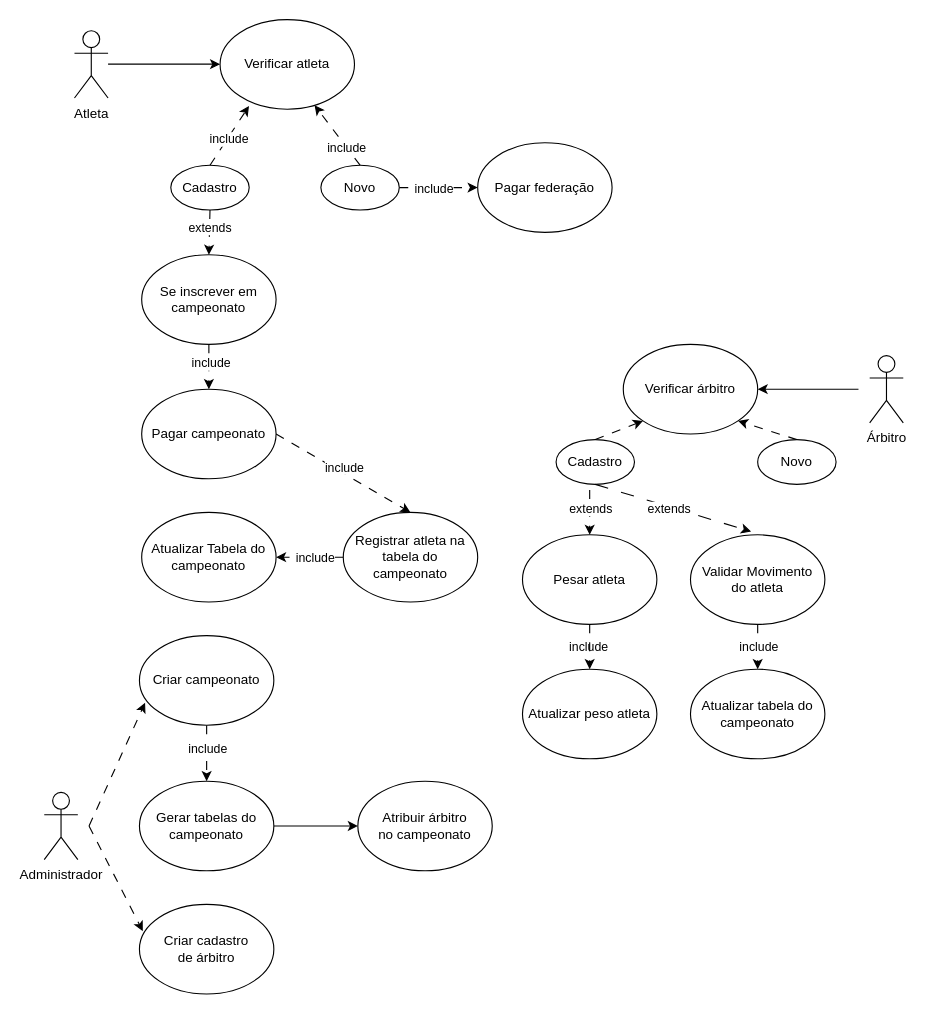
Earlier version of the draw.io diagram Diagrama sem nome.drawio (pedro11065/PMS). Source tidied: cells renumbered, new cells numbered last; positions are measured from the earlier drawing's top-left corner, leaving out a move shared by most shapes. Both pictures are drawn from the tidied source at 112%, with x=0, y=0 at pixel (44, 19).
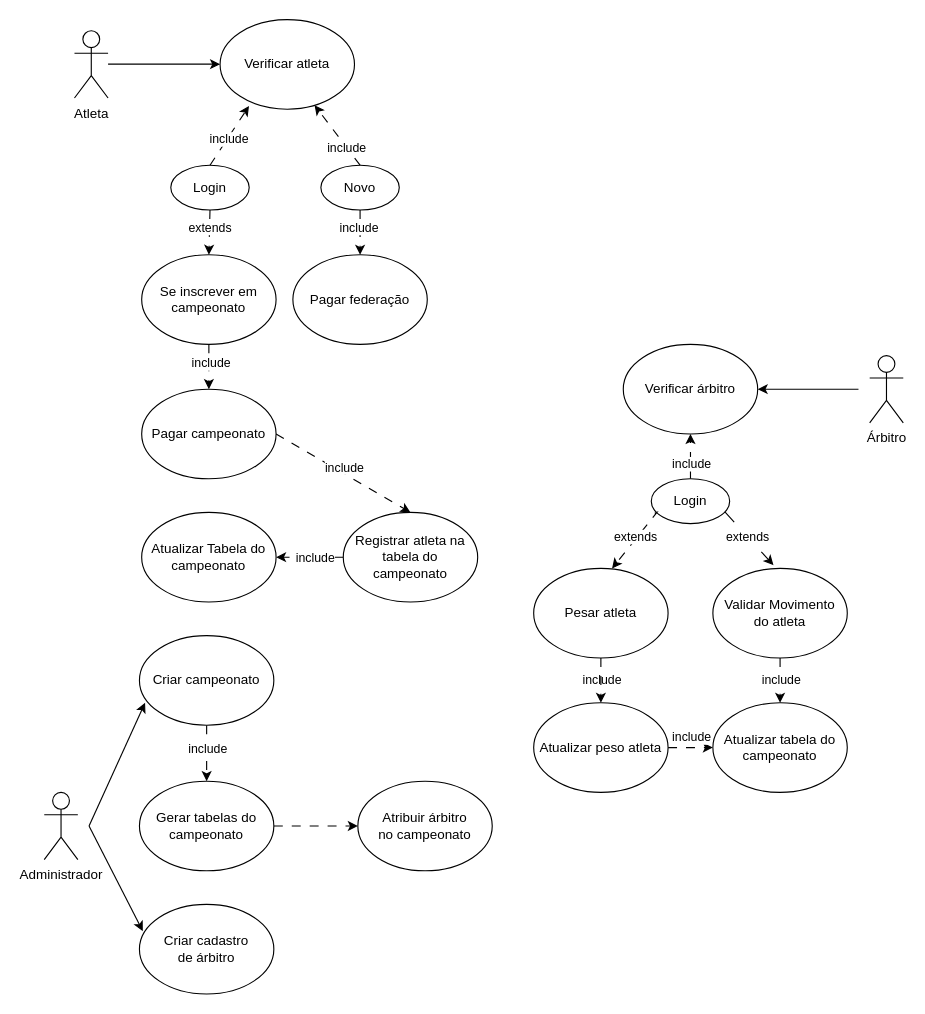
After the change.

Unchanged cells that the change refers to:
```xml
<mxCell id="8" value="Novo" style="ellipse;whiteSpace=wrap;html=1;" parent="1" vertex="1">
  <mxGeometry x="247" y="130" width="70" height="40" as="geometry" />
</mxCell>
<mxCell id="16" value="Criar campeonato" style="ellipse;whiteSpace=wrap;html=1;" parent="1" vertex="1">
  <mxGeometry x="85" y="550" width="120" height="80" as="geometry" />
</mxCell>
<mxCell id="18" value="Gerar tabelas do campeonato" style="ellipse;whiteSpace=wrap;html=1;" parent="1" vertex="1">
  <mxGeometry x="85" y="680" width="120" height="80" as="geometry" />
</mxCell>
<mxCell id="20" value="Verificar árbitro" style="ellipse;whiteSpace=wrap;html=1;" parent="1" vertex="1">
  <mxGeometry x="517" y="290" width="120" height="80" as="geometry" />
</mxCell>
<mxCell id="31" value="Atribuir árbitro&lt;br&gt;no campeonato" style="ellipse;whiteSpace=wrap;html=1;" parent="1" vertex="1">
  <mxGeometry x="280" y="680" width="120" height="80" as="geometry" />
</mxCell>
<mxCell id="32" value="Criar cadastro&lt;div&gt;de árbitro&lt;/div&gt;" style="ellipse;whiteSpace=wrap;html=1;" parent="1" vertex="1">
  <mxGeometry x="85" y="790" width="120" height="80" as="geometry" />
</mxCell>
```

Diff of the diagram source:
```diff
@@
-    <mxCell id="6" value="Cadastro" style="ellipse;whiteSpace=wrap;html=1;" parent="1" vertex="1">
+    <mxCell id="6" value="Login" style="ellipse;whiteSpace=wrap;html=1;" parent="1" vertex="1">
       <mxGeometry x="113" y="130" width="70" height="40" as="geometry" />
     </mxCell>
-    <mxCell id="7" style="rounded=0;jettySize=auto;html=1;entryX=0;entryY=0.5;entryDx=0;entryDy=0;dashed=1;dashPattern=8 8;" parent="1" edge="1" source="8" target="19">
+    <mxCell id="7" style="rounded=0;jettySize=auto;html=1;entryX=0.5;entryY=0;entryDx=0;entryDy=0;dashed=1;dashPattern=8 8;" parent="1" edge="1" source="8" target="19">
       <mxGeometry relative="1" as="geometry" />
     </mxCell>
@@
-    <mxCell id="17" style="edgeStyle=orthogonalEdgeStyle;rounded=0;jettySize=auto;html=1;" parent="1" edge="1" source="18" target="31">
+    <mxCell id="17" style="edgeStyle=orthogonalEdgeStyle;rounded=0;jettySize=auto;html=1;dashed=1;dashPattern=8 8;" parent="1" edge="1" source="18" target="31">
       <mxGeometry relative="1" as="geometry" />
     </mxCell>
@@
     <mxCell id="19" value="Pagar federação" style="ellipse;whiteSpace=wrap;html=1;" parent="1" vertex="1">
-      <mxGeometry x="387" y="110" width="120" height="80" as="geometry" />
+      <mxGeometry x="222" y="210" width="120" height="80" as="geometry" />
     </mxCell>
@@
-    <mxCell id="23" style="rounded=0;jettySize=auto;html=1;exitX=0.5;exitY=0;exitDx=0;exitDy=0;entryX=0;entryY=1;entryDx=0;entryDy=0;dashed=1;dashPattern=8 8;" parent="1" edge="1" source="24" target="20">
+    <mxCell id="23" style="rounded=0;jettySize=auto;html=1;exitX=0.5;exitY=0;exitDx=0;exitDy=0;entryX=0.5;entryY=1;entryDx=0;entryDy=0;dashed=1;dashPattern=8 8;" parent="1" edge="1" source="24" target="20">
       <mxGeometry relative="1" as="geometry" />
     </mxCell>
-    <mxCell id="24" value="Cadastro" style="ellipse;whiteSpace=wrap;html=1;" parent="1" vertex="1">
-      <mxGeometry x="457" y="375" width="70" height="40" as="geometry" />
+    <mxCell id="24" value="Login" style="ellipse;whiteSpace=wrap;html=1;" parent="1" vertex="1">
+      <mxGeometry x="542" y="410" width="70" height="40" as="geometry" />
     </mxCell>
-    <mxCell id="25" style="rounded=0;jettySize=auto;html=1;exitX=0.5;exitY=0;exitDx=0;exitDy=0;entryX=1;entryY=1;entryDx=0;entryDy=0;dashed=1;dashPattern=8 8;" parent="1" edge="1" source="26" target="20">
-      <mxGeometry relative="1" as="geometry" />
-    </mxCell>
-    <mxCell id="26" value="Novo" style="ellipse;whiteSpace=wrap;html=1;" parent="1" vertex="1">
-      <mxGeometry x="637" y="375" width="70" height="40" as="geometry" />
-    </mxCell>
@@
-    <mxCell id="33" style="endArrow=classic;html=1;rounded=0;entryX=0.025;entryY=0.299;entryDx=0;entryDy=0;entryPerimeter=0;dashed=1;dashPattern=8 8;" parent="1" edge="1" target="32">
+    <mxCell id="33" style="endArrow=classic;html=1;rounded=0;entryX=0.025;entryY=0.299;entryDx=0;entryDy=0;entryPerimeter=0;" parent="1" edge="1" target="32">
       <mxGeometry relative="1" as="geometry">
         <mxPoint x="40" y="720" as="sourcePoint" />
       </mxGeometry>
     </mxCell>
     <mxCell id="34" value="include" style="edgeLabel;html=1;align=center;verticalAlign=middle;" parent="1" vertex="1">
-      <mxGeometry x="485" y="559" as="geometry" />
+      <mxGeometry x="497" y="589" as="geometry" />
     </mxCell>
@@
     <mxCell id="37" value="include" style="edgeLabel;html=1;align=center;verticalAlign=middle;" parent="1" vertex="1">
-      <mxGeometry x="347" y="150" as="geometry" />
+      <mxGeometry x="280" y="185" as="geometry" />
     </mxCell>
@@
     <mxCell id="39" value="Pesar atleta" style="ellipse;whiteSpace=wrap;html=1;" parent="1" vertex="1">
-      <mxGeometry x="427" y="460" width="120" height="80" as="geometry" />
+      <mxGeometry x="437" y="490" width="120" height="80" as="geometry" />
     </mxCell>
-    <mxCell id="40" style="endArrow=classic;html=1;rounded=0;entryX=0.5;entryY=0;entryDx=0;entryDy=0;dashed=1;dashPattern=8 8;" parent="1" edge="1" target="39">
+    <mxCell id="40" style="endArrow=classic;html=1;rounded=0;dashed=1;dashPattern=8 8;exitX=0.044;exitY=0.771;exitDx=0;exitDy=0;exitPerimeter=0;" parent="1" edge="1" source="24">
       <mxGeometry relative="1" as="geometry">
-        <mxPoint x="487" y="420" as="sourcePoint" />
+        <mxPoint x="507" y="490" as="targetPoint" />
         <Array as="points">
-          <mxPoint x="487" y="420" />
+          <mxPoint x="547" y="440" />
         </Array>
       </mxGeometry>
     </mxCell>
@@
     <mxCell id="42" value="extends" style="edgeLabel;html=1;align=center;verticalAlign=middle;" parent="1" vertex="1">
-      <mxGeometry x="487" y="436" as="geometry" />
+      <mxGeometry x="527" y="461" as="geometry" />
     </mxCell>
+    <mxCell id="55" style="edgeStyle=orthogonalEdgeStyle;rounded=0;jettySize=auto;html=1;dashed=1;dashPattern=8 8;" parent="1" edge="1" source="43" target="48">
+      <mxGeometry relative="1" as="geometry" />
+    </mxCell>
     <mxCell id="43" value="Atualizar peso atleta" style="ellipse;whiteSpace=wrap;html=1;" parent="1" vertex="1">
-      <mxGeometry x="427" y="580" width="120" height="80" as="geometry" />
+      <mxGeometry x="437" y="610" width="120" height="80" as="geometry" />
     </mxCell>
@@
     <mxCell id="45" value="Validar Movimento&lt;div&gt;do atleta&lt;/div&gt;" style="ellipse;whiteSpace=wrap;html=1;" parent="1" vertex="1">
-      <mxGeometry x="577" y="460" width="120" height="80" as="geometry" />
+      <mxGeometry x="597" y="490" width="120" height="80" as="geometry" />
     </mxCell>
-    <mxCell id="46" style="endArrow=classic;html=1;rounded=0;exitX=0.5;exitY=1;exitDx=0;exitDy=0;entryX=0.451;entryY=-0.036;entryDx=0;entryDy=0;entryPerimeter=0;dashed=1;dashPattern=12 12;" parent="1" edge="1" source="24" target="45">
+    <mxCell id="46" style="endArrow=classic;html=1;rounded=0;exitX=0.942;exitY=0.743;exitDx=0;exitDy=0;entryX=0.451;entryY=-0.036;entryDx=0;entryDy=0;entryPerimeter=0;dashed=1;dashPattern=12 12;exitPerimeter=0;" parent="1" edge="1" source="24" target="45">
       <mxGeometry relative="1" as="geometry" />
     </mxCell>
     <mxCell id="47" value="extends" style="edgeLabel;html=1;align=center;verticalAlign=middle;" parent="1" vertex="1">
-      <mxGeometry x="557" y="436" as="geometry" />
+      <mxGeometry x="627" y="461" as="geometry" />
     </mxCell>
     <mxCell id="48" value="Atualizar tabela do campeonato" style="ellipse;whiteSpace=wrap;html=1;" parent="1" vertex="1">
-      <mxGeometry x="577" y="580" width="120" height="80" as="geometry" />
+      <mxGeometry x="597" y="610" width="120" height="80" as="geometry" />
     </mxCell>
     <mxCell id="49" value="include" style="edgeLabel;html=1;align=center;verticalAlign=middle;" parent="1" vertex="1">
-      <mxGeometry x="637" y="559" as="geometry" />
+      <mxGeometry x="657" y="589" as="geometry" />
     </mxCell>
@@
-    <mxCell id="51" style="endArrow=classic;html=1;rounded=0;entryX=0.042;entryY=0.75;entryDx=0;entryDy=0;entryPerimeter=0;dashed=1;dashPattern=8 8;" parent="1" edge="1" target="16">
+    <mxCell id="51" style="endArrow=classic;html=1;rounded=0;entryX=0.042;entryY=0.75;entryDx=0;entryDy=0;entryPerimeter=0;" parent="1" edge="1" target="16">
       <mxGeometry relative="1" as="geometry">
         <mxPoint x="40" y="720" as="sourcePoint" />
       </mxGeometry>
     </mxCell>
@@
+    <mxCell id="56" value="include" style="edgeLabel;html=1;align=center;verticalAlign=middle;" parent="1" vertex="1">
+      <mxGeometry x="577" y="396" as="geometry" />
+    </mxCell>
+    <mxCell id="57" value="include" style="edgeLabel;html=1;align=center;verticalAlign=middle;" parent="1" vertex="1">
+      <mxGeometry x="577" y="640" as="geometry" />
+    </mxCell>
```
